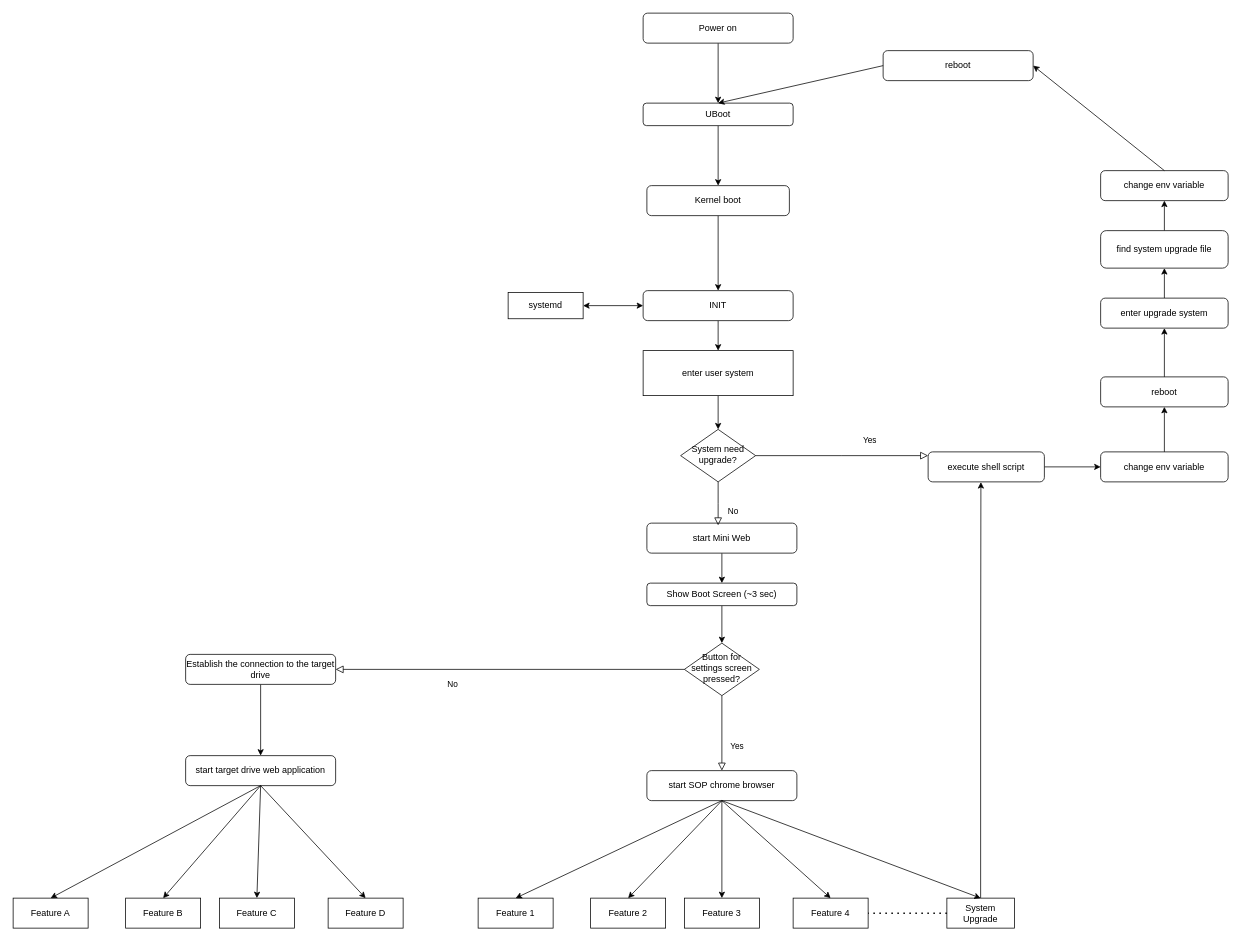
The draw.io diagram Untitled Diagram.drawio in UMkevin/LearnGitCode, before the edit. Source tidied: cells renumbered, new cells numbered last; positions are measured from the earlier drawing's top-left corner, leaving out a move shared by most shapes. Both pictures are drawn from the tidied source at 75%, with x=0, y=0 at pixel (13, 13).
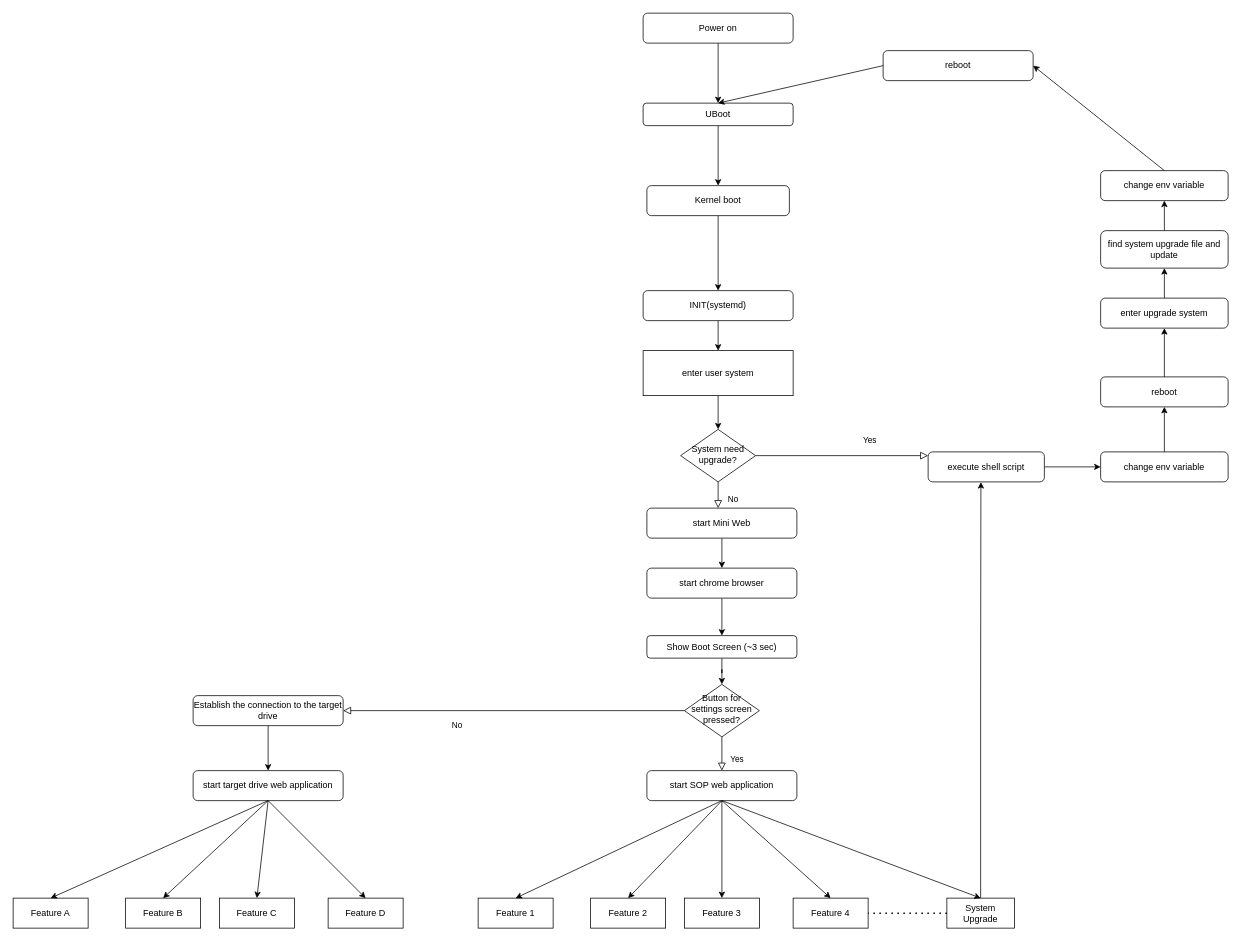
The same diagram, later.

The change refers to these unchanged cells:
```xml
<mxCell id="28" value="System need upgrade?" style="rhombus;whiteSpace=wrap;html=1;shadow=0;fontFamily=Helvetica;fontSize=12;align=center;strokeWidth=1;spacing=6;spacingTop=-4;" parent="1" vertex="1">
  <mxGeometry x="890" y="555" width="100" height="70" as="geometry" />
</mxCell>
```

Change to the diagram source:
```diff
@@
-    <mxCell id="9" value="INIT" style="rounded=1;whiteSpace=wrap;html=1;" parent="1" vertex="1">
+    <mxCell id="9" value="INIT(systemd)" style="rounded=1;whiteSpace=wrap;html=1;" parent="1" vertex="1">
       <mxGeometry x="840" y="370" width="200" height="40" as="geometry" />
     </mxCell>
-    <mxCell id="10" value="systemd" style="rounded=0;whiteSpace=wrap;html=1;" parent="1" vertex="1">
-      <mxGeometry x="660" y="372.5" width="100" height="35" as="geometry" />
-    </mxCell>
-    <mxCell id="11" style="edgeStyle=orthogonalEdgeStyle;rounded=0;jettySize=auto;html=1;entryX=0.5;entryY=0;entryDx=0;entryDy=0;" parent="1" edge="1" source="12" target="46">
-      <mxGeometry relative="1" as="geometry" />
-    </mxCell>
+    <mxCell id="62" style="edgeStyle=orthogonalEdgeStyle;rounded=0;jettySize=auto;html=1;exitX=0.5;exitY=1;exitDx=0;exitDy=0;entryX=0.5;entryY=0;entryDx=0;entryDy=0;" parent="1" edge="1" source="12" target="64">
+      <mxGeometry relative="1" as="geometry" />
+    </mxCell>
     <mxCell id="12" value="start Mini Web" style="rounded=1;whiteSpace=wrap;html=1;" parent="1" vertex="1">
-      <mxGeometry x="845" y="680" width="200" height="40" as="geometry" />
+      <mxGeometry x="845" y="660" width="200" height="40" as="geometry" />
     </mxCell>
-    <mxCell id="13" value="start SOP chrome browser" style="rounded=1;whiteSpace=wrap;html=1;" parent="1" vertex="1">
+    <mxCell id="13" value="start SOP web application" style="rounded=1;whiteSpace=wrap;html=1;" parent="1" vertex="1">
       <mxGeometry x="845" y="1010" width="200" height="40" as="geometry" />
     </mxCell>
@@
     <mxCell id="29" value="No" style="rounded=0;html=1;jettySize=auto;fontSize=11;endArrow=block;endFill=0;endSize=8;strokeWidth=1;shadow=0;labelBackgroundColor=none;edgeStyle=orthogonalEdgeStyle;exitX=0.5;exitY=1;exitDx=0;exitDy=0;" parent="1" edge="1" source="28">
       <mxGeometry x="0.33" y="20" relative="1" as="geometry">
-        <mxPoint x="940" y="683" as="targetPoint" />
+        <mxPoint x="940" y="660" as="targetPoint" />
       </mxGeometry>
     </mxCell>
@@
-    <mxCell id="39" value="find system upgrade file" style="rounded=1;whiteSpace=wrap;html=1;" parent="1" vertex="1">
+    <mxCell id="39" value="find system upgrade file and update" style="rounded=1;whiteSpace=wrap;html=1;" parent="1" vertex="1">
       <mxGeometry x="1450" y="290" width="170" height="50" as="geometry" />
     </mxCell>
@@
-    <mxCell id="41" style="endArrow=classic;startArrow=classic;html=1;entryX=0;entryY=0.5;entryDx=0;entryDy=0;" parent="1" edge="1" source="10" target="9">
-      <mxGeometry relative="1" as="geometry" />
-    </mxCell>
@@
     <mxCell id="46" value="Show Boot Screen (~3 sec)" style="rounded=1;whiteSpace=wrap;html=1;" parent="1" vertex="1">
-      <mxGeometry x="845" y="760" width="200" height="30" as="geometry" />
+      <mxGeometry x="845" y="830" width="200" height="30" as="geometry" />
     </mxCell>
     <mxCell id="47" value="Button for settings screen pressed?" style="rhombus;whiteSpace=wrap;html=1;shadow=0;fontFamily=Helvetica;fontSize=12;align=center;strokeWidth=1;spacing=6;spacingTop=-4;" parent="1" vertex="1">
-      <mxGeometry x="895" y="840" width="100" height="70" as="geometry" />
+      <mxGeometry x="895" y="895" width="100" height="70" as="geometry" />
     </mxCell>
@@
     <mxCell id="52" value="Establish the connection to the target drive" style="rounded=1;whiteSpace=wrap;html=1;" parent="1" vertex="1">
-      <mxGeometry x="230" y="855" width="200" height="40" as="geometry" />
+      <mxGeometry x="240" y="910" width="200" height="40" as="geometry" />
     </mxCell>
     <mxCell id="53" value="start target drive web application" style="rounded=1;whiteSpace=wrap;html=1;" parent="1" vertex="1">
-      <mxGeometry x="230" y="990" width="200" height="40" as="geometry" />
+      <mxGeometry x="240" y="1010" width="200" height="40" as="geometry" />
     </mxCell>
@@
+    <mxCell id="63" style="edgeStyle=orthogonalEdgeStyle;rounded=0;jettySize=auto;html=1;exitX=0.5;exitY=1;exitDx=0;exitDy=0;entryX=0.5;entryY=0;entryDx=0;entryDy=0;" parent="1" edge="1" source="64" target="46">
+      <mxGeometry relative="1" as="geometry" />
+    </mxCell>
+    <mxCell id="64" value="start chrome browser" style="rounded=1;whiteSpace=wrap;html=1;" parent="1" vertex="1">
+      <mxGeometry x="845" y="740" width="200" height="40" as="geometry" />
+    </mxCell>
```
